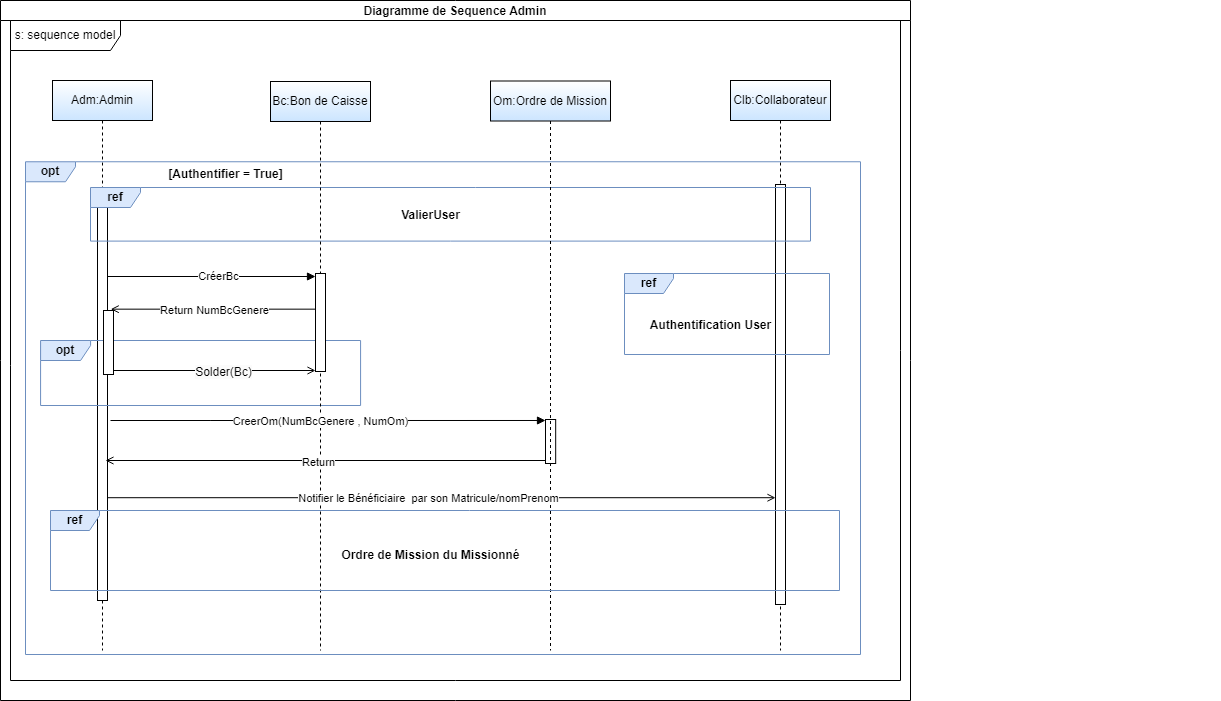
Earlier version of the draw.io export sequenceDiagramAdmin.drawio.png (BARIGOU-Imane/Gestion-des-Ordres-de-Mission). Source tidied: cells renumbered, new cells last; positions are measured from the earlier drawing's top-left corner, leaving out a move shared by most shapes.
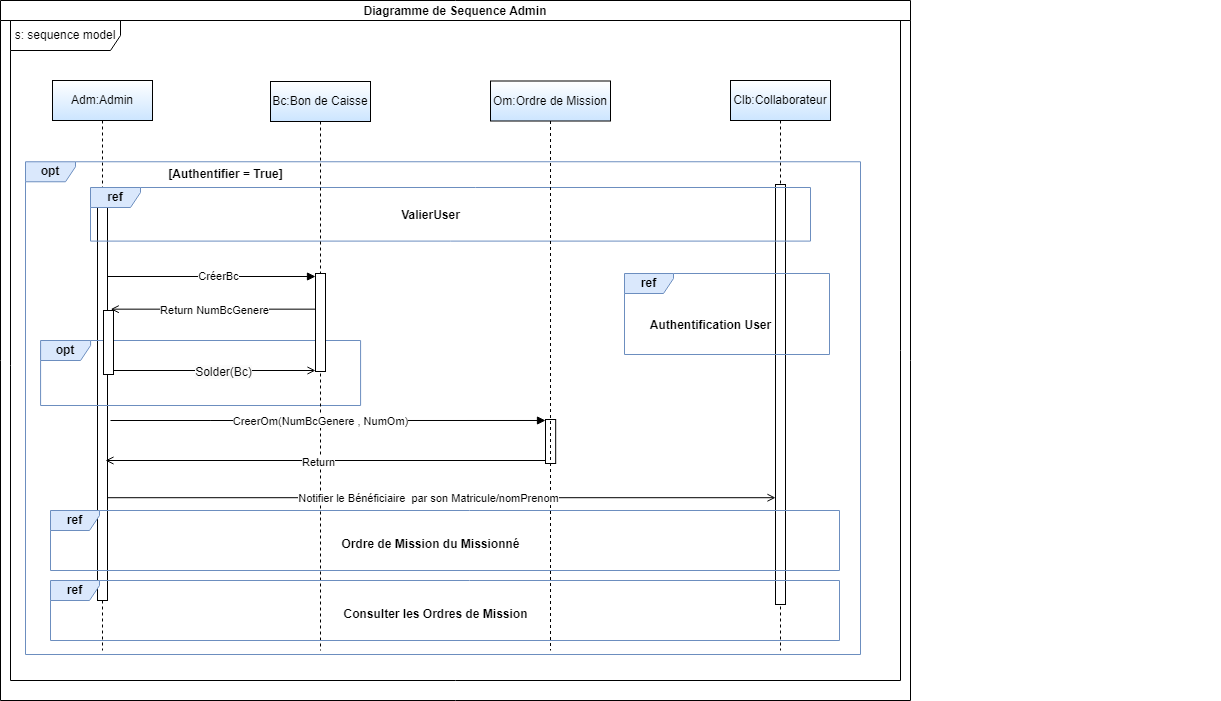
After the commit.

Change to the diagram source:
```diff
@@ -59,8 +59,11 @@
       <mxGeometry x="599" y="109" width="205" height="81" as="geometry" />
     </mxCell>
     <mxCell id="20" value="&lt;b&gt;Ordre de Mission du Missionné&lt;/b&gt;" style="text;html=1;align=center;verticalAlign=middle;strokeColor=none;fillColor=none;" parent="5" vertex="1">
-      <mxGeometry x="305" y="376" width="200" height="30" as="geometry" />
+      <mxGeometry x="305" y="365" width="200" height="30" as="geometry" />
     </mxCell>
+    <mxCell id="36" value="&lt;b&gt;Consulter les Ordres de Mission&lt;/b&gt;" style="text;html=1;align=center;verticalAlign=middle;strokeColor=none;fillColor=none;" parent="5" vertex="1">
+      <mxGeometry x="305" y="435" width="210" height="30" as="geometry" />
+    </mxCell>
     <mxCell id="21" value="Bc:Bon de Caisse" style="shape=umlLifeline;perimeter=lifelinePerimeter;whiteSpace=wrap;html=1;newEdgeStyle={&quot;edgeStyle&quot;:&quot;elbowEdgeStyle&quot;,&quot;elbow&quot;:&quot;vertical&quot;,&quot;curved&quot;:0,&quot;rounded&quot;:0};gradientColor=#CCE5FF;" parent="1" vertex="1">
       <mxGeometry x="270" y="81" width="100" height="569" as="geometry" />
     </mxCell>
@@ -116,7 +119,7 @@
       </mxGeometry>
     </mxCell>
     <mxCell id="33" value="&lt;b&gt;ref&lt;/b&gt;" style="shape=umlFrame;whiteSpace=wrap;html=1;width=49;height=20;fillColor=#dae8fc;strokeColor=#6c8ebf;" parent="1" vertex="1">
-      <mxGeometry x="50" y="510" width="789" height="80" as="geometry" />
+      <mxGeometry x="50" y="510" width="789" height="60" as="geometry" />
     </mxCell>
     <mxCell id="34" value="Diagramme de Sequence Admin" style="swimlane;startSize=20;" parent="1" vertex="1">
       <mxGeometry width="910" height="700" as="geometry" />
@@ -124,5 +127,8 @@
     <mxCell id="35" value="s: sequence model" style="shape=umlFrame;whiteSpace=wrap;html=1;width=110;height=30;" parent="34" vertex="1">
       <mxGeometry x="10" y="20" width="890" height="660" as="geometry" />
     </mxCell>
+    <mxCell id="37" value="&lt;b&gt;ref&lt;/b&gt;" style="shape=umlFrame;whiteSpace=wrap;html=1;width=49;height=20;fillColor=#dae8fc;strokeColor=#6c8ebf;" parent="34" vertex="1">
+      <mxGeometry x="50" y="580" width="789" height="60" as="geometry" />
+    </mxCell>
   </root>
 </mxGraphModel>
```
